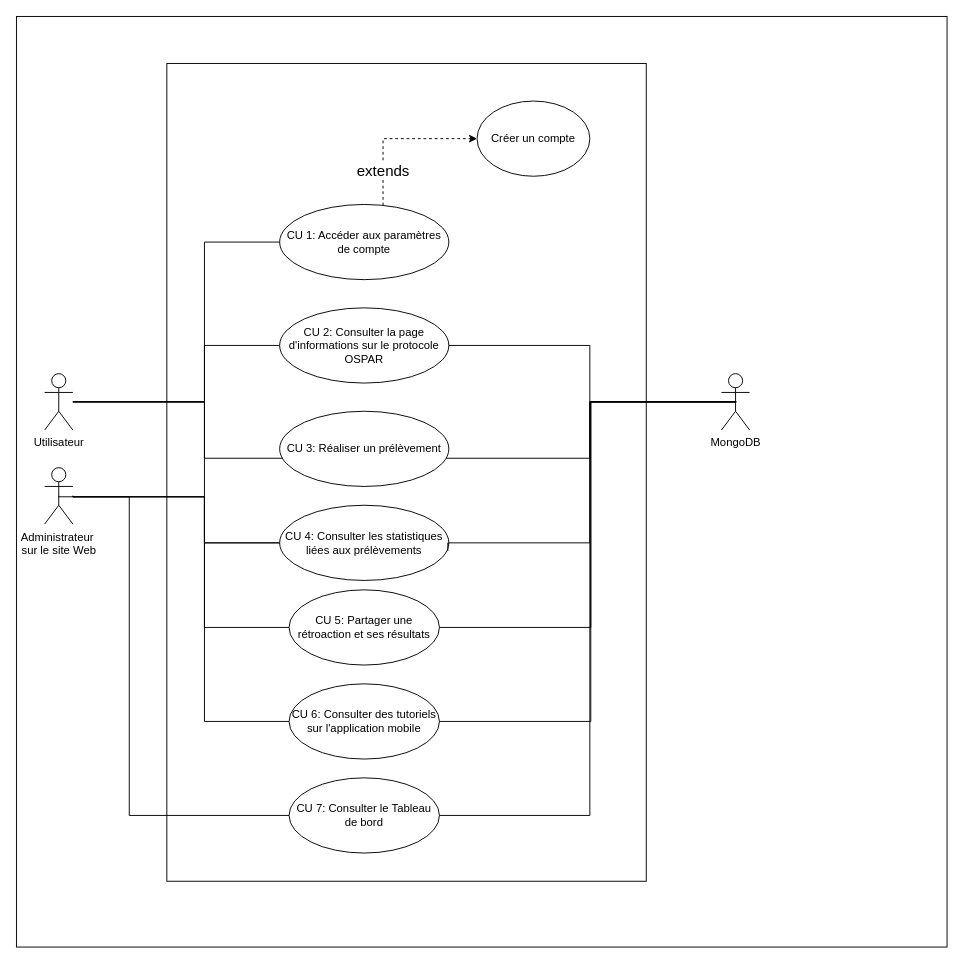
Above: 3.0_Cas_principaux.drawio in MurielleMardenli200/projet4_architecture (draw.io), before the change. Source tidied: cells renumbered, new cells numbered last; positions are measured from the earlier drawing's top-left corner, leaving out a move shared by most shapes. Both pictures are drawn from the tidied source at 94%, with x=0, y=0 at pixel (16, 16).
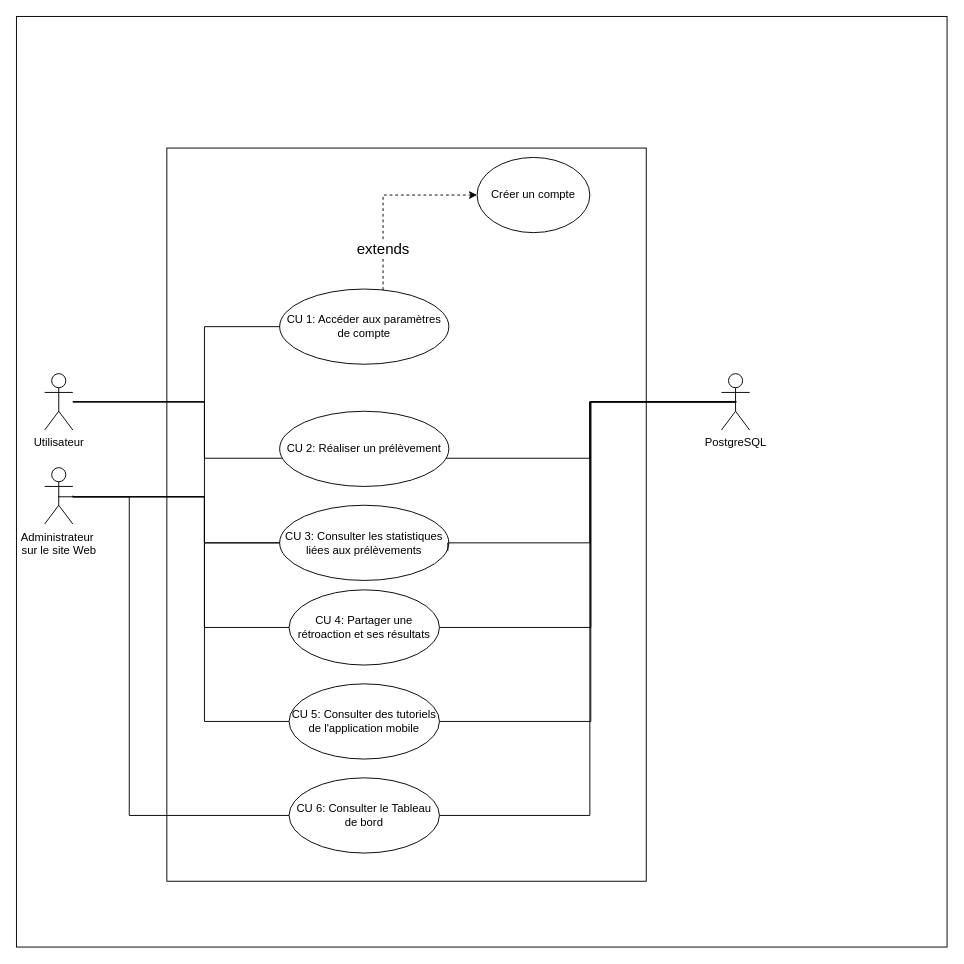
After the change.

Commit message:
Enlevé Ospar

The change refers to these unchanged cells:
```xml
<mxCell id="3" value="Utilisateur" style="shape=umlActor;verticalLabelPosition=bottom;verticalAlign=top;html=1;outlineConnect=0;" parent="1" vertex="1">
  <mxGeometry x="30" y="380" width="30" height="60" as="geometry" />
</mxCell>
```

What changed in the source:
```diff
@@
     <mxCell id="4" style="rounded=0;whiteSpace=wrap;html=1;" parent="1" vertex="1">
-      <mxGeometry x="160" y="50" width="510" height="870" as="geometry" />
+      <mxGeometry x="160" y="140" width="510" height="780" as="geometry" />
     </mxCell>
-    <mxCell id="5" value="MongoDB" style="shape=umlActor;verticalLabelPosition=bottom;verticalAlign=top;html=1;outlineConnect=0;" parent="1" vertex="1">
+    <mxCell id="5" value="PostgreSQL" style="shape=umlActor;verticalLabelPosition=bottom;verticalAlign=top;html=1;outlineConnect=0;" parent="1" vertex="1">
       <mxGeometry x="750" y="380" width="30" height="60" as="geometry" />
     </mxCell>
     <mxCell id="6" style="edgeStyle=orthogonalEdgeStyle;rounded=0;jettySize=auto;html=1;dashed=1;" parent="1" edge="1" source="8" target="12">
       <mxGeometry relative="1" as="geometry">
         <Array as="points">
-          <mxPoint x="390" y="130" />
+          <mxPoint x="390" y="190" />
         </Array>
       </mxGeometry>
     </mxCell>
@@
     <mxCell id="8" value="CU 1: Accéder aux paramètres de compte" style="ellipse;whiteSpace=wrap;html=1;" parent="1" vertex="1">
-      <mxGeometry x="280" y="200" width="180" height="80" as="geometry" />
+      <mxGeometry x="280" y="290" width="180" height="80" as="geometry" />
     </mxCell>
-    <mxCell id="9" value="CU 2: Consulter la page d'informations sur le protocole OSPAR" style="ellipse;whiteSpace=wrap;html=1;" parent="1" vertex="1">
-      <mxGeometry x="280" y="310" width="180" height="80" as="geometry" />
-    </mxCell>
-    <mxCell id="10" value="CU 3: Réaliser un prélèvement" style="ellipse;whiteSpace=wrap;html=1;" parent="1" vertex="1">
+    <mxCell id="10" value="CU 2: Réaliser un prélèvement" style="ellipse;whiteSpace=wrap;html=1;" parent="1" vertex="1">
       <mxGeometry x="280" y="420" width="180" height="80" as="geometry" />
     </mxCell>
-    <mxCell id="11" value="CU 4: Consulter les statistiques liées aux prélèvements" style="ellipse;whiteSpace=wrap;html=1;" parent="1" vertex="1">
+    <mxCell id="11" value="CU 3: Consulter les statistiques liées aux prélèvements" style="ellipse;whiteSpace=wrap;html=1;" parent="1" vertex="1">
       <mxGeometry x="280" y="520" width="180" height="80" as="geometry" />
     </mxCell>
     <mxCell id="12" value="Créer un compte" style="ellipse;whiteSpace=wrap;html=1;" parent="1" vertex="1">
-      <mxGeometry x="490" y="90" width="120" height="80" as="geometry" />
+      <mxGeometry x="490" y="150" width="120" height="80" as="geometry" />
     </mxCell>
     <mxCell id="13" style="edgeStyle=orthogonalEdgeStyle;rounded=0;jettySize=auto;html=1;entryX=0;entryY=0.5;entryDx=0;entryDy=0;endArrow=none;startFill=0;" parent="1" edge="1" source="3" target="8">
       <mxGeometry relative="1" as="geometry">
         <Array as="points">
           <mxPoint x="200" y="410" />
-          <mxPoint x="200" y="240" />
+          <mxPoint x="200" y="330" />
         </Array>
       </mxGeometry>
     </mxCell>
-    <mxCell id="14" style="edgeStyle=orthogonalEdgeStyle;rounded=0;jettySize=auto;html=1;endArrow=none;startFill=0;" parent="1" edge="1" source="3" target="9">
-      <mxGeometry relative="1" as="geometry">
-        <Array as="points">
-          <mxPoint x="200" y="410" />
-          <mxPoint x="200" y="350" />
-        </Array>
-      </mxGeometry>
-    </mxCell>
@@
-    <mxCell id="17" style="edgeStyle=orthogonalEdgeStyle;rounded=0;jettySize=auto;html=1;entryX=0.5;entryY=0.5;entryDx=0;entryDy=0;entryPerimeter=0;endArrow=none;startFill=0;" parent="1" edge="1" source="9" target="5">
-      <mxGeometry relative="1" as="geometry">
-        <Array as="points">
-          <mxPoint x="610" y="350" />
-          <mxPoint x="610" y="410" />
-        </Array>
-      </mxGeometry>
-    </mxCell>
@@
-    <mxCell id="20" value="CU 7: Consulter le Tableau de bord" style="ellipse;whiteSpace=wrap;html=1;" parent="1" vertex="1">
+    <mxCell id="20" value="CU 6: Consulter le Tableau de bord" style="ellipse;whiteSpace=wrap;html=1;" parent="1" vertex="1">
       <mxGeometry x="290" y="810" width="160" height="80" as="geometry" />
     </mxCell>
@@
-    <mxCell id="25" value="CU 5: Partager une rétroaction et ses résultats" style="ellipse;whiteSpace=wrap;html=1;" parent="1" vertex="1">
+    <mxCell id="25" value="CU 4: Partager une rétroaction et ses résultats" style="ellipse;whiteSpace=wrap;html=1;" parent="1" vertex="1">
       <mxGeometry x="290" y="610" width="160" height="80" as="geometry" />
     </mxCell>
@@
-    <mxCell id="28" value="CU 6: Consulter des tutoriels sur l'application mobile" style="ellipse;whiteSpace=wrap;html=1;" parent="1" vertex="1">
+    <mxCell id="28" value="CU 5: Consulter des tutoriels de l'application mobile" style="ellipse;whiteSpace=wrap;html=1;" parent="1" vertex="1">
       <mxGeometry x="290" y="710" width="160" height="80" as="geometry" />
     </mxCell>
```
